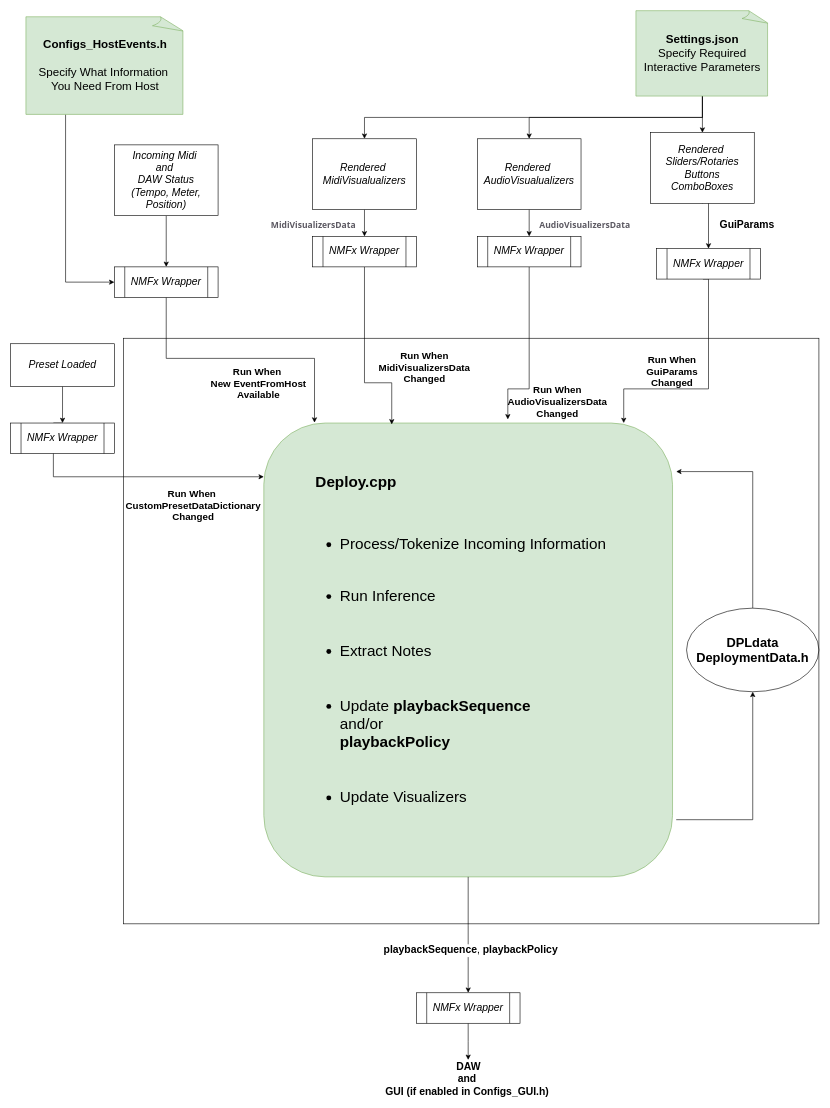
The draw.io diagram assets/quickGuide - v2.drawio in neuralmidifx/neuralmidifx.github.io, before the edit. Source tidied: cells renumbered, new cells numbered last; positions are measured from the earlier drawing's top-left corner, leaving out a move shared by most shapes. Both pictures are drawn from the tidied source at 61%, with x=0, y=0 at pixel (10, 10).
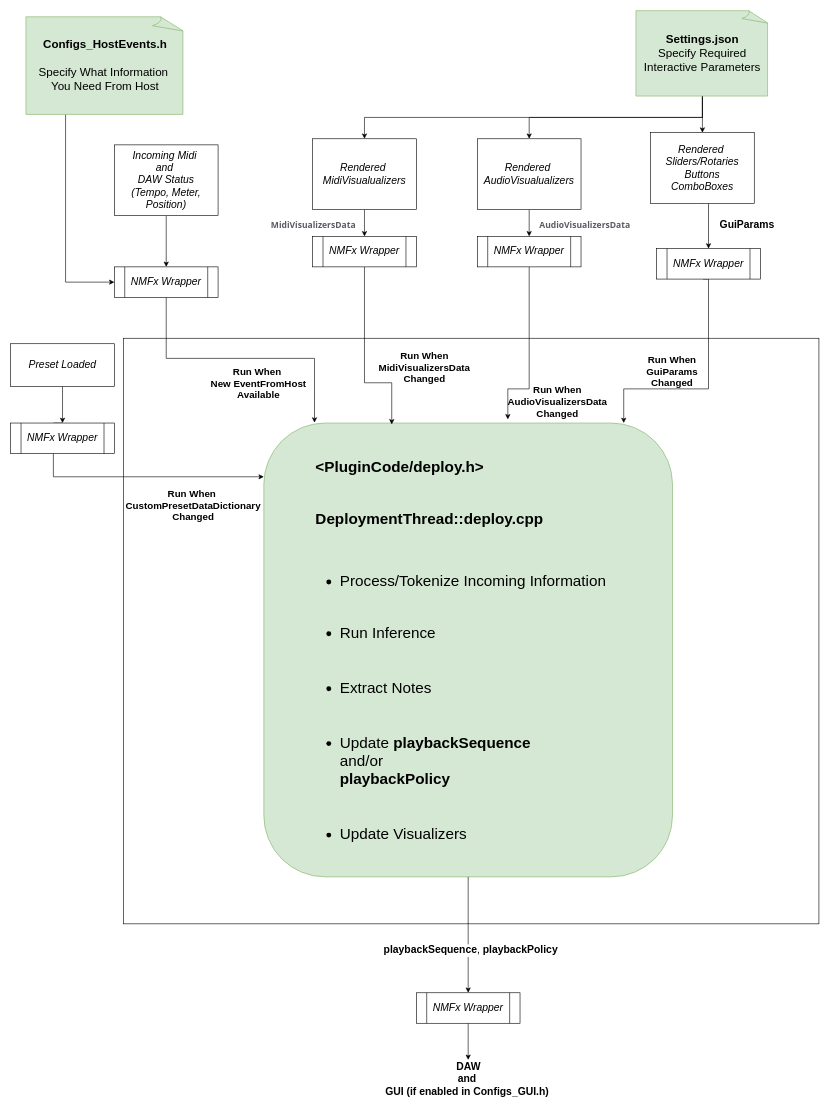
Above is the later version.

The change refers to these unchanged cells:
```xml
<mxCell id="3" style="rounded=1;whiteSpace=wrap;html=1;fillColor=#d5e8d4;strokeColor=#82b366;" parent="1" vertex="1">
  <mxGeometry x="415" y="676" width="670" height="744" as="geometry" />
</mxCell>
```

Change to the diagram source:
```diff
@@
-    <mxCell id="21" style="edgeStyle=orthogonalEdgeStyle;rounded=0;jettySize=auto;html=1;exitX=1.009;exitY=0.874;exitDx=0;exitDy=0;entryX=0.5;entryY=1;entryDx=0;entryDy=0;fontFamily=Helvetica;fontSize=16;fontColor=default;exitPerimeter=0;" parent="1" edge="1" source="3" target="24">
-      <mxGeometry relative="1" as="geometry">
-        <Array as="points">
-          <mxPoint x="1217" y="1326" />
-        </Array>
-      </mxGeometry>
-    </mxCell>
-    <mxCell id="22" value="&lt;h1 style=&quot;font-size: 25px;&quot;&gt;&lt;span style=&quot;background-color: initial;&quot;&gt;&lt;font style=&quot;font-size: 25px;&quot;&gt;Deploy.cpp&lt;/font&gt;&lt;/span&gt;&lt;/h1&gt;&lt;div&gt;&lt;span style=&quot;background-color: initial;&quot;&gt;&lt;font style=&quot;font-size: 25px;&quot;&gt;&lt;br&gt;&lt;/font&gt;&lt;/span&gt;&lt;/div&gt;&lt;h1 style=&quot;font-size: 25px;&quot;&gt;&lt;ul style=&quot;&quot;&gt;&lt;li style=&quot;&quot;&gt;&lt;span style=&quot;font-weight: 400;&quot;&gt;&lt;font style=&quot;font-size: 25px;&quot;&gt;Process/Tokenize Incoming Information&lt;br&gt;&lt;br&gt;&lt;/font&gt;&lt;/span&gt;&lt;/li&gt;&lt;/ul&gt;&lt;ul style=&quot;&quot;&gt;&lt;li style=&quot;&quot;&gt;&lt;span style=&quot;font-weight: 400;&quot;&gt;&lt;font style=&quot;font-size: 25px;&quot;&gt;Run Inference&lt;br&gt;&lt;br&gt;&lt;br&gt;&lt;/font&gt;&lt;/span&gt;&lt;/li&gt;&lt;li style=&quot;&quot;&gt;&lt;span style=&quot;font-weight: 400;&quot;&gt;&lt;font style=&quot;font-size: 25px;&quot;&gt;Extract Notes&lt;br&gt;&lt;br&gt;&lt;br&gt;&lt;/font&gt;&lt;/span&gt;&lt;/li&gt;&lt;li style=&quot;&quot;&gt;&lt;font style=&quot;font-size: 25px;&quot;&gt;&lt;span style=&quot;font-weight: normal;&quot;&gt;Update &lt;/span&gt;playbackSequence &lt;br&gt;&lt;span style=&quot;font-weight: normal;&quot;&gt;and/or &lt;/span&gt;&lt;br&gt;playbackPolicy&lt;br&gt;&lt;br&gt;&lt;br&gt;&lt;/font&gt;&lt;/li&gt;&lt;li style=&quot;&quot;&gt;&lt;font style=&quot;font-size: 25px; font-weight: normal;&quot;&gt;Update Visualizers&lt;/font&gt;&lt;/li&gt;&lt;/ul&gt;&lt;/h1&gt;" style="text;html=1;strokeColor=none;fillColor=none;spacing=5;spacingTop=-20;whiteSpace=wrap;overflow=hidden;rounded=0;fontSize=19;" parent="1" vertex="1">
-      <mxGeometry x="495" y="750" width="510" height="614" as="geometry" />
+    <mxCell id="22" value="&lt;h1 style=&quot;font-size: 25px;&quot;&gt;&amp;lt;PluginCode/deploy.h&amp;gt;&lt;/h1&gt;&lt;div&gt;&lt;br&gt;&lt;/div&gt;&lt;h1 style=&quot;font-size: 25px;&quot;&gt;DeploymentThread::&lt;span style=&quot;background-color: initial;&quot;&gt;&lt;font style=&quot;font-size: 25px;&quot;&gt;deploy.cpp&lt;/font&gt;&lt;/span&gt;&lt;/h1&gt;&lt;div&gt;&lt;span style=&quot;background-color: initial;&quot;&gt;&lt;font style=&quot;font-size: 25px;&quot;&gt;&lt;br&gt;&lt;/font&gt;&lt;/span&gt;&lt;/div&gt;&lt;h1 style=&quot;font-size: 25px;&quot;&gt;&lt;ul style=&quot;&quot;&gt;&lt;li style=&quot;&quot;&gt;&lt;span style=&quot;font-weight: 400;&quot;&gt;&lt;font style=&quot;font-size: 25px;&quot;&gt;Process/Tokenize Incoming Information&lt;br&gt;&lt;br&gt;&lt;/font&gt;&lt;/span&gt;&lt;/li&gt;&lt;/ul&gt;&lt;ul style=&quot;&quot;&gt;&lt;li style=&quot;&quot;&gt;&lt;span style=&quot;font-weight: 400;&quot;&gt;&lt;font style=&quot;font-size: 25px;&quot;&gt;Run Inference&lt;br&gt;&lt;br&gt;&lt;br&gt;&lt;/font&gt;&lt;/span&gt;&lt;/li&gt;&lt;li style=&quot;&quot;&gt;&lt;span style=&quot;font-weight: 400;&quot;&gt;&lt;font style=&quot;font-size: 25px;&quot;&gt;Extract Notes&lt;br&gt;&lt;br&gt;&lt;br&gt;&lt;/font&gt;&lt;/span&gt;&lt;/li&gt;&lt;li style=&quot;&quot;&gt;&lt;font style=&quot;font-size: 25px;&quot;&gt;&lt;span style=&quot;font-weight: normal;&quot;&gt;Update &lt;/span&gt;playbackSequence &lt;br&gt;&lt;span style=&quot;font-weight: normal;&quot;&gt;and/or &lt;/span&gt;&lt;br&gt;playbackPolicy&lt;br&gt;&lt;br&gt;&lt;br&gt;&lt;/font&gt;&lt;/li&gt;&lt;li style=&quot;&quot;&gt;&lt;font style=&quot;font-size: 25px; font-weight: normal;&quot;&gt;Update Visualizers&lt;/font&gt;&lt;/li&gt;&lt;/ul&gt;&lt;/h1&gt;" style="text;html=1;strokeColor=none;fillColor=none;spacing=5;spacingTop=-20;whiteSpace=wrap;overflow=hidden;rounded=0;fontSize=19;" parent="1" vertex="1">
+      <mxGeometry x="495" y="725" width="510" height="650" as="geometry" />
     </mxCell>
-    <mxCell id="23" style="edgeStyle=orthogonalEdgeStyle;rounded=0;jettySize=auto;html=1;entryX=1.009;entryY=0.107;entryDx=0;entryDy=0;entryPerimeter=0;exitX=0.5;exitY=0;exitDx=0;exitDy=0;" parent="1" edge="1" source="24" target="3">
-      <mxGeometry relative="1" as="geometry">
-        <Array as="points">
-          <mxPoint x="1217" y="756" />
-        </Array>
-      </mxGeometry>
-    </mxCell>
-    <mxCell id="24" value="DPLdata&lt;br&gt;DeploymentData.h" style="ellipse;whiteSpace=wrap;html=1;labelBackgroundColor=default;fontFamily=Helvetica;fontSize=21;fontColor=default;fillColor=none;gradientColor=none;fontStyle=1;" parent="1" vertex="1">
-      <mxGeometry x="1108" y="979.5" width="217" height="137" as="geometry" />
-    </mxCell>
```
